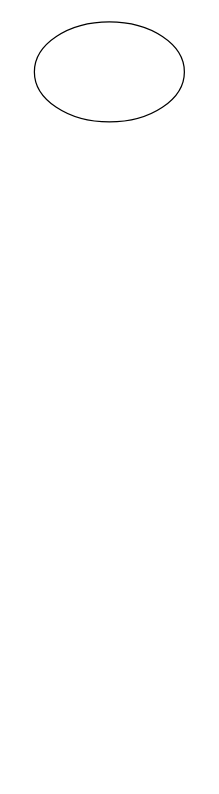
Above: Aula_PA_1C/Calculo de comissão.drawio in JoseMateusRamalho/PA_python (draw.io), before the change. Source tidied: cells renumbered, new cells numbered last; positions are measured from the earlier drawing's top-left corner, leaving out a move shared by most shapes. Both pictures are drawn from the tidied source at 125%, with x=0, y=0 at pixel (34, 21).
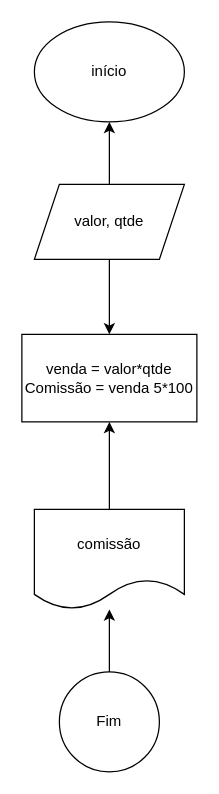
Above is the later version.

Change to the diagram source:
```diff
@@
 <mxGraphModel>
   <root>
     <mxCell id="0" />
     <mxCell id="1" parent="0" />
-    <mxCell id="2" style="ellipse;whiteSpace=wrap;html=1;" parent="1" vertex="1">
+    <mxCell id="2" value="início" style="ellipse;whiteSpace=wrap;html=1;" parent="1" vertex="1">
       <mxGeometry width="120" height="80" as="geometry" />
     </mxCell>
+    <mxCell id="3" style="edgeStyle=orthogonalEdgeStyle;rounded=0;jettySize=auto;html=1;" parent="1" edge="1" source="5" target="2">
+      <mxGeometry relative="1" as="geometry" />
+    </mxCell>
+    <mxCell id="4" style="edgeStyle=orthogonalEdgeStyle;rounded=0;jettySize=auto;html=1;" parent="1" edge="1" source="5" target="6">
+      <mxGeometry relative="1" as="geometry" />
+    </mxCell>
+    <mxCell id="5" value="valor, qtde" style="shape=parallelogram;perimeter=parallelogramPerimeter;whiteSpace=wrap;html=1;fixedSize=1;" parent="1" vertex="1">
+      <mxGeometry y="130" width="120" height="60" as="geometry" />
+    </mxCell>
+    <mxCell id="6" value="venda = valor*qtde&lt;div&gt;Comissão = venda 5*100&lt;/div&gt;" style="rounded=0;whiteSpace=wrap;html=1;" parent="1" vertex="1">
+      <mxGeometry x="-10" y="250" width="140" height="70" as="geometry" />
+    </mxCell>
+    <mxCell id="7" style="edgeStyle=orthogonalEdgeStyle;rounded=0;jettySize=auto;html=1;" parent="1" edge="1" source="8" target="6">
+      <mxGeometry relative="1" as="geometry" />
+    </mxCell>
+    <mxCell id="8" value="comissão" style="shape=document;whiteSpace=wrap;html=1;boundedLbl=1;" parent="1" vertex="1">
+      <mxGeometry y="390" width="120" height="80" as="geometry" />
+    </mxCell>
+    <mxCell id="9" style="edgeStyle=orthogonalEdgeStyle;rounded=0;jettySize=auto;html=1;" parent="1" edge="1" source="10" target="8">
+      <mxGeometry relative="1" as="geometry" />
+    </mxCell>
+    <mxCell id="10" value="Fim" style="ellipse;whiteSpace=wrap;html=1;" parent="1" vertex="1">
+      <mxGeometry x="20" y="520" width="80" height="80" as="geometry" />
+    </mxCell>
   </root>
 </mxGraphModel>
```
